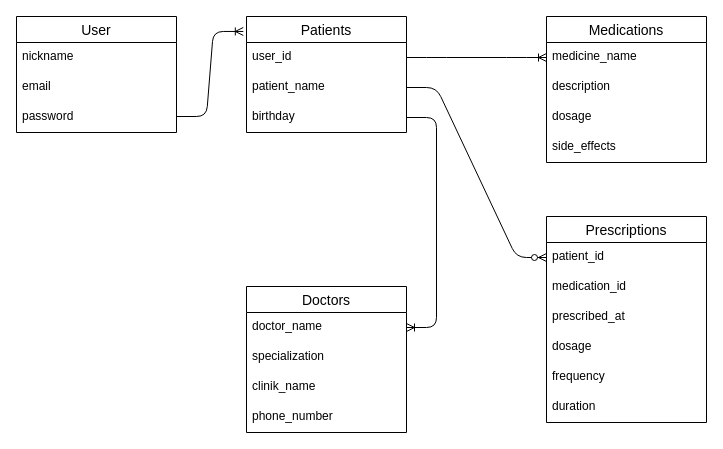
Before: データベース.dio in Mshu72/medicine_note, a draw.io diagram. Source tidied: cells renumbered, new cells numbered last; positions are measured from the earlier drawing's top-left corner, leaving out a move shared by most shapes. Both pictures are drawn from the tidied source at 100%, with x=0, y=0 at pixel (16, 16).
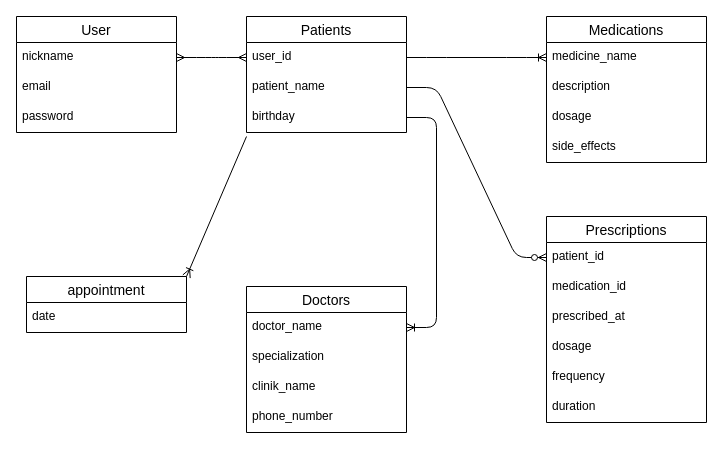
The same diagram, later.

The change refers to these unchanged cells:
```xml
<mxCell id="3" value="nickname" style="text;strokeColor=none;fillColor=none;spacingLeft=4;spacingRight=4;overflow=hidden;points=[[0,0.5],[1,0.5]];portConstraint=eastwest;fontSize=12;" parent="2" vertex="1">
  <mxGeometry y="26" width="160" height="30" as="geometry" />
</mxCell>
<mxCell id="13" value="Patients" style="swimlane;fontStyle=0;horizontal=1;startSize=26;align=center;fontSize=14;" parent="1" vertex="1">
  <mxGeometry x="230" width="160" height="116" as="geometry" />
</mxCell>
<mxCell id="14" value="user_id" style="text;strokeColor=none;fillColor=none;spacingLeft=4;spacingRight=4;overflow=hidden;points=[[0,0.5],[1,0.5]];portConstraint=eastwest;fontSize=12;" parent="13" vertex="1">
  <mxGeometry y="26" width="160" height="30" as="geometry" />
</mxCell>
```

Change to the diagram source:
```diff
@@
-    <mxCell id="27" style="edgeStyle=entityRelationEdgeStyle;fontSize=12;html=1;endArrow=ERoneToMany;entryX=-0.02;entryY=0.129;entryDx=0;entryDy=0;entryPerimeter=0;" parent="1" edge="1" target="13">
-      <mxGeometry relative="1" as="geometry">
-        <mxPoint x="160" y="100" as="sourcePoint" />
-      </mxGeometry>
-    </mxCell>
@@
+    <mxCell id="31" style="edgeStyle=entityRelationEdgeStyle;fontSize=12;html=1;endArrow=ERmany;startArrow=ERmany;entryX=0;entryY=0.5;entryDx=0;entryDy=0;exitX=1;exitY=0.5;exitDx=0;exitDy=0;" parent="1" edge="1" source="3" target="14">
+      <mxGeometry relative="1" as="geometry" />
+    </mxCell>
+    <mxCell id="32" value="appointment" style="swimlane;fontStyle=0;horizontal=1;startSize=26;align=center;fontSize=14;" parent="1" vertex="1">
+      <mxGeometry x="10" y="260" width="160" height="56" as="geometry" />
+    </mxCell>
+    <mxCell id="33" value="date" style="text;strokeColor=none;fillColor=none;spacingLeft=4;spacingRight=4;overflow=hidden;fontSize=12;" parent="32" vertex="1">
+      <mxGeometry y="26" width="160" height="30" as="geometry" />
+    </mxCell>
+    <mxCell id="34" style="fontSize=12;html=1;endArrow=ERoneToMany;" parent="1" edge="1">
+      <mxGeometry relative="1" as="geometry">
+        <mxPoint x="230" y="120" as="sourcePoint" />
+        <mxPoint x="170" y="260" as="targetPoint" />
+      </mxGeometry>
+    </mxCell>
```
